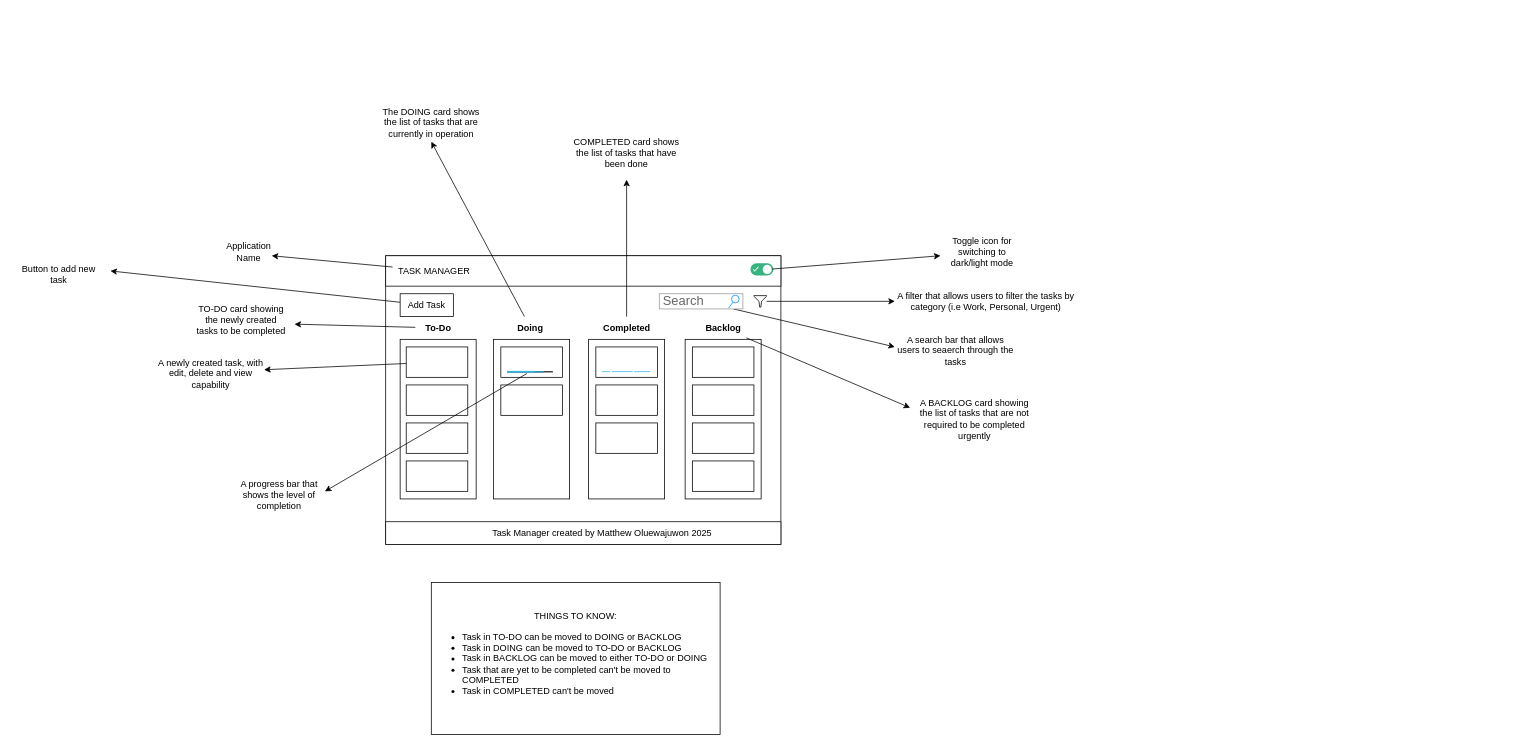
The draw.io diagram architecture-flow.drawio in Matthew-Oluwajuwon/task-manager, before the edit. Source tidied: cells renumbered, new cells numbered last; positions are measured from the earlier drawing's top-left corner, leaving out a move shared by most shapes. Both pictures are drawn from the tidied source at 76%, with x=0, y=0 at pixel (13, 111).
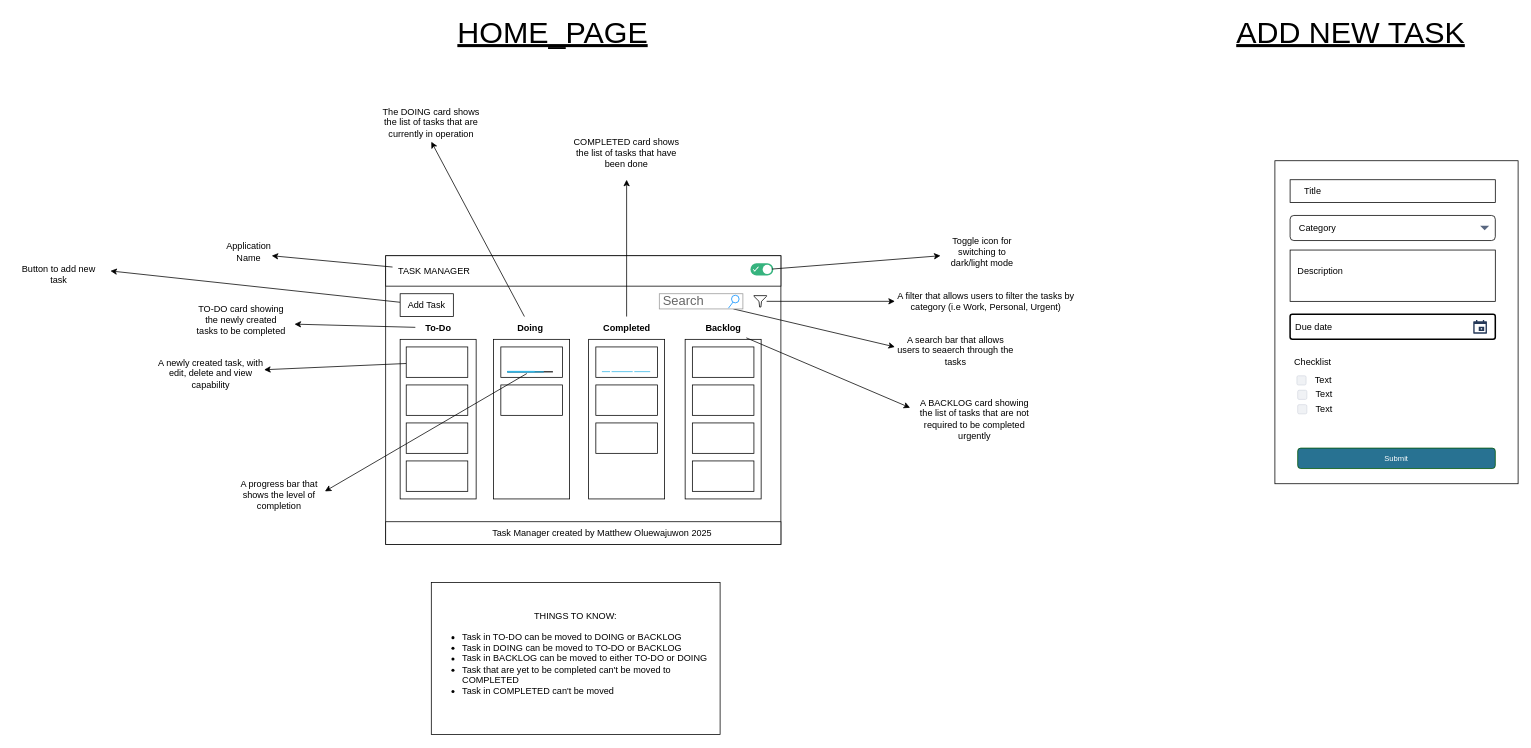
Above is the later version.

What changed in the source:
```diff
@@
+    <mxCell id="59" value="&lt;font style=&quot;font-size: 40px;&quot;&gt;&lt;u&gt;HOME_PAGE&lt;/u&gt;&lt;/font&gt;" style="text;strokeColor=none;align=center;fillColor=none;html=1;verticalAlign=middle;whiteSpace=wrap;rounded=0;" parent="1" vertex="1">
+      <mxGeometry x="480" y="-120" width="460" height="30" as="geometry" />
+    </mxCell>
+    <mxCell id="60" value="ADD NEW TASK" style="text;strokeColor=none;align=center;fillColor=none;html=1;verticalAlign=middle;whiteSpace=wrap;rounded=0;fontSize=40;fontStyle=4;" parent="1" vertex="1">
+      <mxGeometry x="1580" y="-120" width="360" height="30" as="geometry" />
+    </mxCell>
+    <mxCell id="61" style="whiteSpace=wrap;html=1;fontSize=40;" parent="1" vertex="1">
+      <mxGeometry x="1660" y="65" width="320" height="425" as="geometry" />
+    </mxCell>
+    <mxCell id="62" style="whiteSpace=wrap;html=1;fontSize=41;" parent="1" vertex="1">
+      <mxGeometry x="1680" y="90" width="270" height="30" as="geometry" />
+    </mxCell>
+    <mxCell id="63" value="Title" style="text;strokeColor=none;align=center;fillColor=none;html=1;verticalAlign=middle;whiteSpace=wrap;rounded=0;fontSize=12;" parent="1" vertex="1">
+      <mxGeometry x="1680" y="90" width="60" height="30" as="geometry" />
+    </mxCell>
+    <mxCell id="64" value="Category" style="rounded=1;html=1;align=left;fontSize=12;spacingLeft=10;sketch=0;" parent="1" vertex="1">
+      <mxGeometry x="1680" y="137" width="270" height="33" as="geometry" />
+    </mxCell>
+    <mxCell id="65" style="shape=triangle;direction=south;fillColor=#596780;strokeColor=none;html=1;sketch=0;fontSize=12;" parent="64" vertex="1">
+      <mxGeometry x="1" y="0.5" width="12" height="6" relative="1" as="geometry">
+        <mxPoint x="-20" y="-3" as="offset" />
+      </mxGeometry>
+    </mxCell>
+    <mxCell id="66" style="whiteSpace=wrap;html=1;fontSize=12;" parent="1" vertex="1">
+      <mxGeometry x="1680" y="182.5" width="270" height="67.5" as="geometry" />
+    </mxCell>
+    <mxCell id="67" value="Description" style="text;strokeColor=none;align=center;fillColor=none;html=1;verticalAlign=middle;whiteSpace=wrap;rounded=0;fontSize=12;" parent="1" vertex="1">
+      <mxGeometry x="1690" y="195" width="60" height="30" as="geometry" />
+    </mxCell>
+    <mxCell id="68" value="Due date" style="rounded=1;arcSize=9;align=left;spacingLeft=5;html=1;strokeWidth=2;fontSize=12;" parent="1" vertex="1">
+      <mxGeometry x="1680" y="267" width="270" height="33" as="geometry" />
+    </mxCell>
+    <mxCell id="69" style="shape=mxgraph.gmdl.calendar;fillColor=#253858;strokeColor=none;fontSize=12;fontColor=default;labelBackgroundColor=none;" parent="68" vertex="1">
+      <mxGeometry x="1" y="0.5" width="18" height="18" relative="1" as="geometry">
+        <mxPoint x="-29" y="-9" as="offset" />
+      </mxGeometry>
+    </mxCell>
+    <mxCell id="70" value="Checklist" style="text;strokeColor=none;align=center;fillColor=none;html=1;verticalAlign=middle;whiteSpace=wrap;rounded=0;labelBackgroundColor=none;fontSize=12;fontColor=default;" parent="1" vertex="1">
+      <mxGeometry x="1680" y="315" width="60" height="30" as="geometry" />
+    </mxCell>
+    <mxCell id="71" value="Text" style="rounded=1;fillColor=#F0F2F5;strokeColor=#D8DCE3;align=left;verticalAlign=middle;fontStyle=0;fontSize=12;labelPosition=right;verticalLabelPosition=middle;spacingLeft=10;html=1;shadow=0;dashed=0;labelBackgroundColor=none;fontColor=default;" parent="1" vertex="1">
+      <mxGeometry x="1689" y="348" width="12" height="12" as="geometry" />
+    </mxCell>
+    <mxCell id="72" value="Text" style="rounded=1;fillColor=#F0F2F5;strokeColor=#D8DCE3;align=left;verticalAlign=middle;fontStyle=0;fontSize=12;labelPosition=right;verticalLabelPosition=middle;spacingLeft=10;html=1;shadow=0;dashed=0;labelBackgroundColor=none;fontColor=default;" parent="1" vertex="1">
+      <mxGeometry x="1690" y="367" width="12" height="12" as="geometry" />
+    </mxCell>
+    <mxCell id="73" value="Text" style="rounded=1;fillColor=#F0F2F5;strokeColor=#D8DCE3;align=left;verticalAlign=middle;fontStyle=0;fontSize=12;labelPosition=right;verticalLabelPosition=middle;spacingLeft=10;html=1;shadow=0;dashed=0;labelBackgroundColor=none;fontColor=default;" parent="1" vertex="1">
+      <mxGeometry x="1690" y="386" width="12" height="12" as="geometry" />
+    </mxCell>
+    <mxCell id="74" value="Submit" style="rounded=1;html=1;shadow=0;dashed=0;whiteSpace=wrap;fontSize=10;fillColor=#287292;align=center;strokeColor=#005700;fontColor=#ffffff;labelBackgroundColor=none;" parent="1" vertex="1">
+      <mxGeometry x="1690" y="443.1" width="260" height="26.9" as="geometry" />
+    </mxCell>
```
